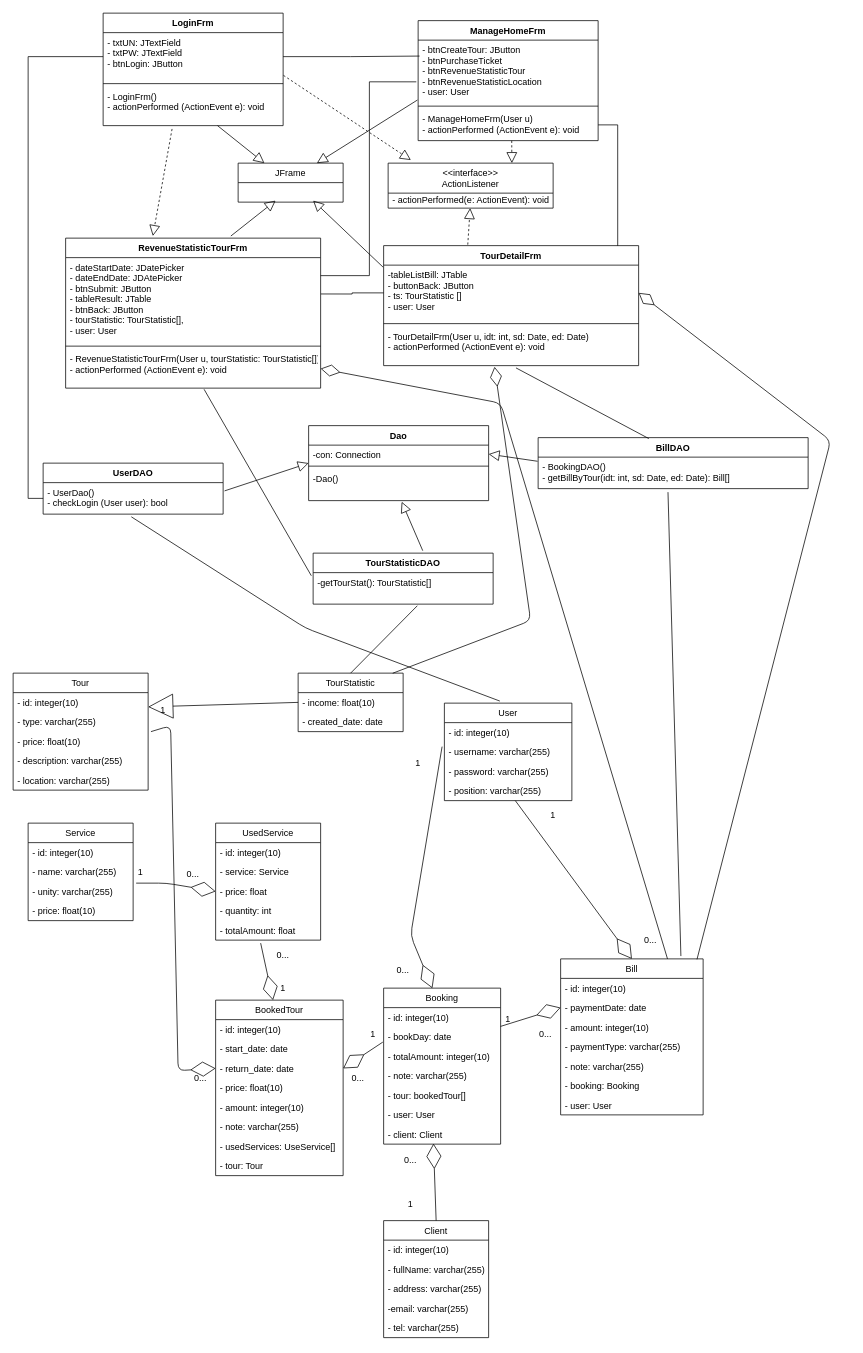
Above: design_class_entity.drawio in thanhlongtld/classical_software_engineering (draw.io), before the change. Source tidied: cells renumbered, new cells numbered last; positions are measured from the earlier drawing's top-left corner, leaving out a move shared by most shapes. Both pictures are drawn from the tidied source at 75%, with x=0, y=0 at pixel (13, 13).
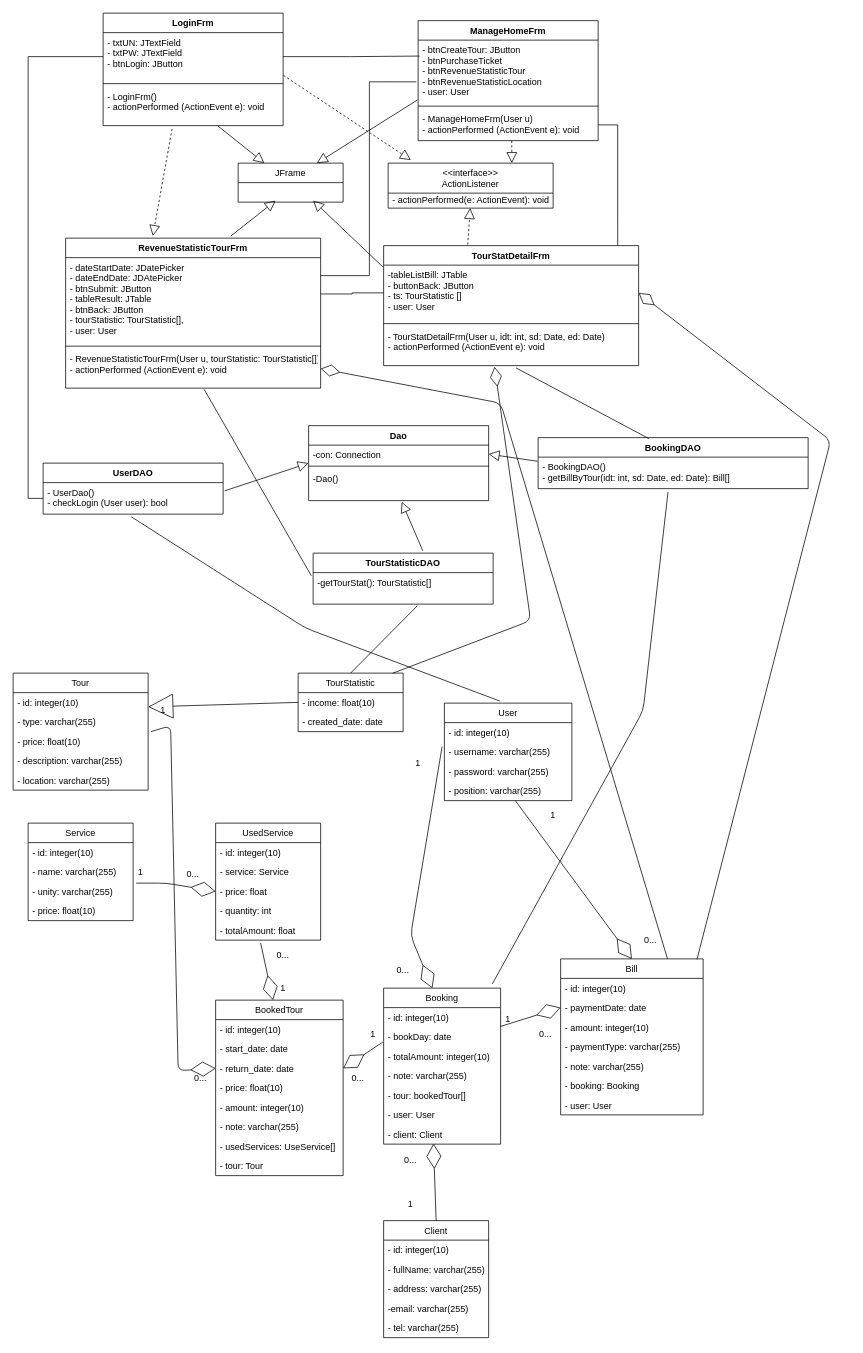
The same diagram, later.

Unchanged cells that the change refers to:
```xml
<mxCell id="37" value="Booking" style="swimlane;fontStyle=0;horizontal=1;startSize=26;fillColor=none;" parent="1" vertex="1">
  <mxGeometry x="494" y="1300" width="156" height="208" as="geometry" />
</mxCell>
<mxCell id="51" value="Bill" style="swimlane;fontStyle=0;horizontal=1;startSize=26;fillColor=none;" parent="1" vertex="1">
  <mxGeometry x="730" y="1261" width="190" height="208" as="geometry" />
</mxCell>
<mxCell id="113" value="- BookingDAO()&#10;- getBillByTour(idt: int, sd: Date, ed: Date): Bill[]" style="text;strokeColor=none;fillColor=none;align=left;verticalAlign=top;spacingLeft=4;spacingRight=4;overflow=hidden;points=[[0,0.5],[1,0.5]];portConstraint=eastwest;" parent="112" vertex="1">
  <mxGeometry y="26" width="360" height="42" as="geometry" />
</mxCell>
```

The edit, as a diff of the source:
```diff
@@
-    <mxCell id="17" value="TourDetailFrm" style="swimlane;fontStyle=1;align=center;verticalAlign=top;horizontal=1;startSize=26;" parent="1" vertex="1">
+    <mxCell id="17" value="TourStatDetailFrm" style="swimlane;fontStyle=1;align=center;verticalAlign=top;horizontal=1;startSize=26;" parent="1" vertex="1">
       <mxGeometry x="494" y="310" width="340" height="160" as="geometry" />
     </mxCell>
@@
-    <mxCell id="20" value="- TourDetailFrm(User u, idt: int, sd: Date, ed: Date)&#10;- actionPerformed (ActionEvent e): void&#10;" style="text;strokeColor=none;fillColor=none;align=left;verticalAlign=top;spacingLeft=4;spacingRight=4;overflow=hidden;points=[[0,0.5],[1,0.5]];portConstraint=eastwest;" parent="17" vertex="1">
+    <mxCell id="20" value="- TourStatDetailFrm(User u, idt: int, sd: Date, ed: Date)&#10;- actionPerformed (ActionEvent e): void&#10;" style="text;strokeColor=none;fillColor=none;align=left;verticalAlign=top;spacingLeft=4;spacingRight=4;overflow=hidden;points=[[0,0.5],[1,0.5]];portConstraint=eastwest;" parent="17" vertex="1">
       <mxGeometry y="108" width="340" height="52" as="geometry" />
     </mxCell>
@@
-    <mxCell id="112" value="BillDAO" style="swimlane;fontStyle=1;align=center;verticalAlign=top;horizontal=1;startSize=26;" parent="1" vertex="1">
+    <mxCell id="112" value="BookingDAO" style="swimlane;fontStyle=1;align=center;verticalAlign=top;horizontal=1;startSize=26;" parent="1" vertex="1">
       <mxGeometry x="700" y="566" width="360" height="68" as="geometry" />
     </mxCell>
@@
-    <mxCell id="132" style="endArrow=none;html=1;entryX=0.481;entryY=1.112;entryDx=0;entryDy=0;entryPerimeter=0;exitX=0.844;exitY=-0.018;exitDx=0;exitDy=0;exitPerimeter=0;" parent="1" edge="1" source="51" target="113">
-      <mxGeometry relative="1" as="geometry" />
+    <mxCell id="132" style="endArrow=none;html=1;entryX=0.481;entryY=1.112;entryDx=0;entryDy=0;entryPerimeter=0;exitX=0.929;exitY=-0.027;exitDx=0;exitDy=0;exitPerimeter=0;" parent="1" edge="1" source="37" target="113">
+      <mxGeometry relative="1" as="geometry">
+        <Array as="points">
+          <mxPoint x="840" y="930" />
+        </Array>
+      </mxGeometry>
     </mxCell>
```
